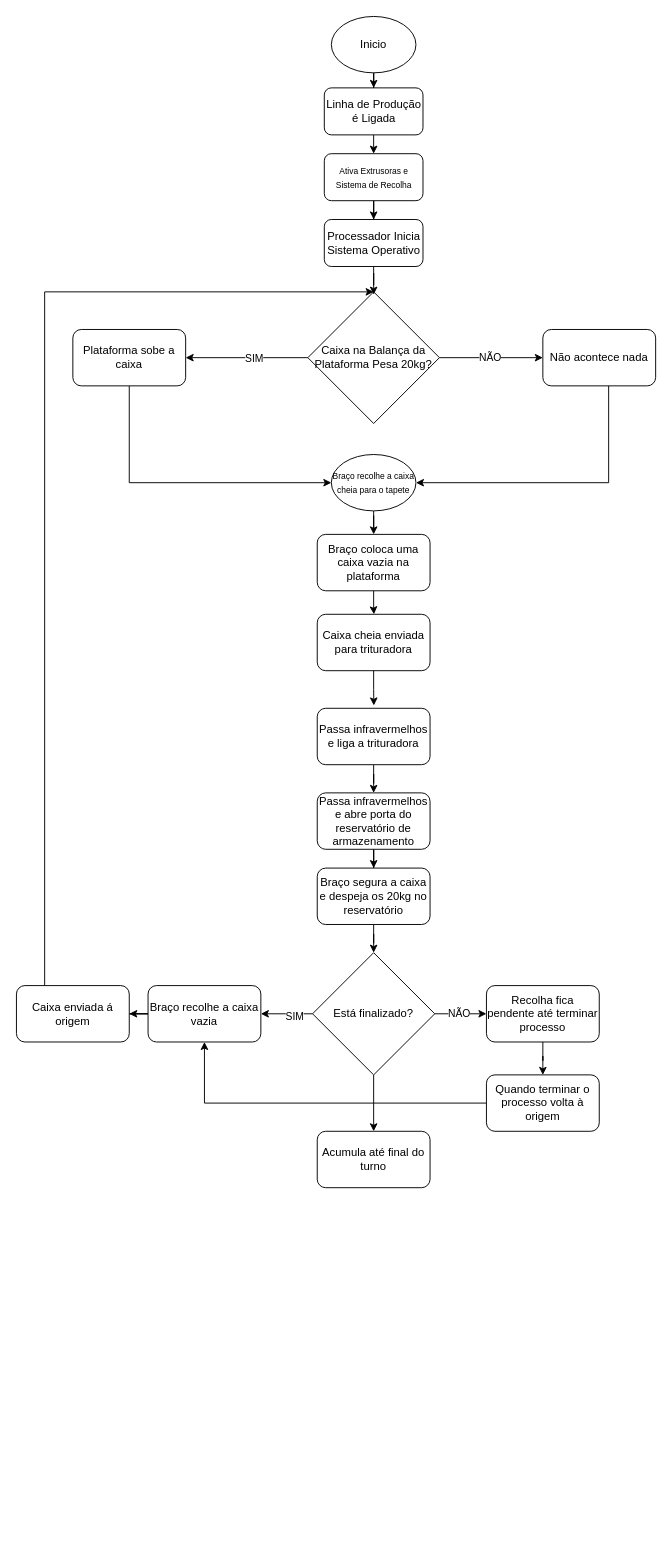
The draw.io diagram Diagrama sem nome.drawio in fabioferreira97/linhadeprocessamentodedesperd-cio.github.io, before the edit. Source tidied: cells renumbered, new cells numbered last; positions are measured from the earlier drawing's top-left corner, leaving out a move shared by most shapes. Both pictures are drawn from the tidied source at 94%, with x=0, y=0 at pixel (16, 16).
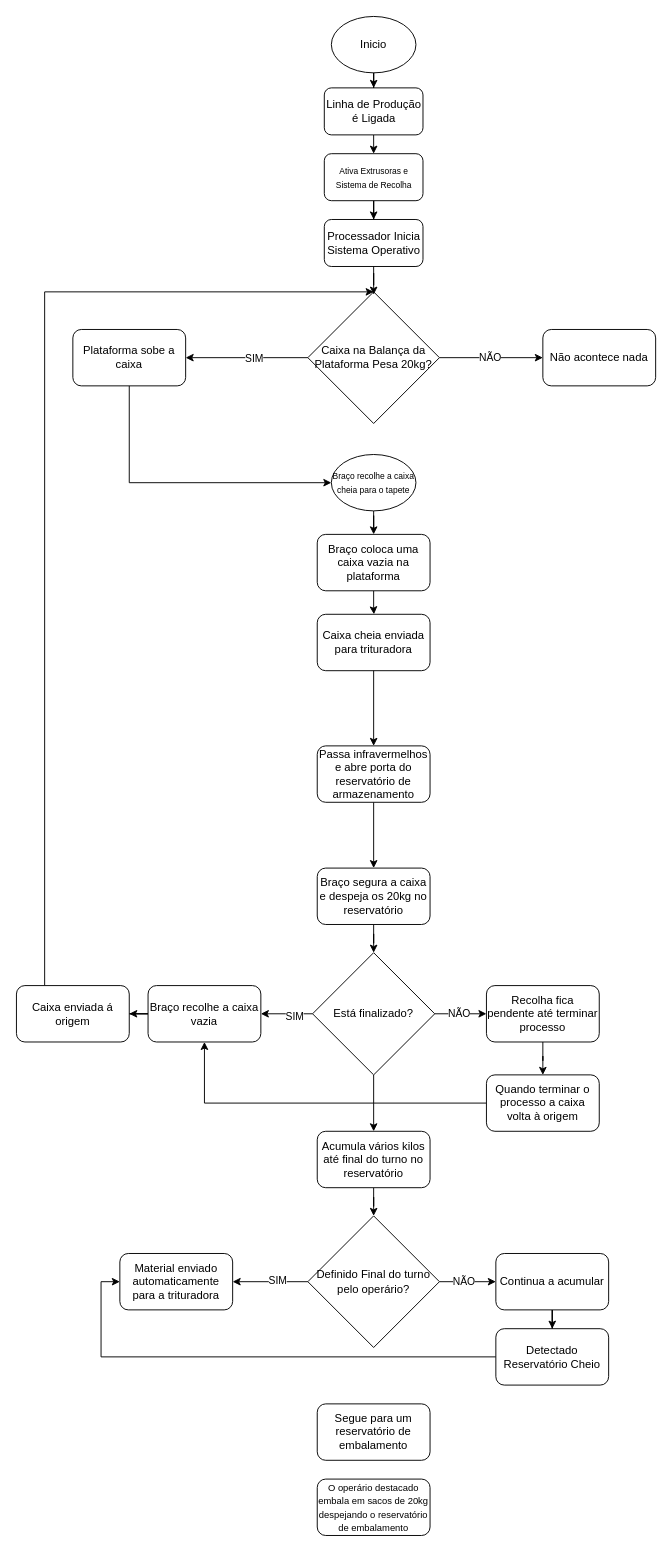
After the change.

The change refers to these unchanged cells:
```xml
<mxCell id="14" value="Não acontece nada" style="rounded=1;whiteSpace=wrap;html=1;roundedPerimeter=1;" parent="1" vertex="1">
  <mxGeometry x="560" y="333" width="120" height="60" as="geometry" />
</mxCell>
<mxCell id="18" value="&lt;font style=&quot;font-size: 9px;&quot;&gt;Braço recolhe a caixa cheia para o tapete&lt;/font&gt;" style="ellipse;whiteSpace=wrap;html=1;shapeInside=1;" parent="1" vertex="1">
  <mxGeometry x="335" y="466" width="90" height="60" as="geometry" />
</mxCell>
<mxCell id="23" value="Caixa cheia enviada para trituradora" style="rounded=1;whiteSpace=wrap;html=1;roundedPerimeter=1;" parent="1" vertex="1">
  <mxGeometry x="320" y="636" width="120" height="60" as="geometry" />
</mxCell>
```

What changed in the source:
```diff
@@
-    <mxCell id="13" style="edgeStyle=orthogonalEdgeStyle;rounded=0;jettySize=auto;html=1;entryX=1;entryY=0.5;entryDx=0;entryDy=0;defaultLabelBackgroundColor=page;" parent="1" edge="1" source="14" target="18">
-      <mxGeometry relative="1" as="geometry">
-        <Array as="points">
-          <mxPoint x="630" y="496" />
-        </Array>
-      </mxGeometry>
-    </mxCell>
@@
-    <mxCell id="24" style="edgeStyle=orthogonalEdgeStyle;rounded=0;jettySize=auto;html=1;entryX=0.501;entryY=-0.019;entryDx=0;entryDy=0;entryPerimeter=0;defaultLabelBackgroundColor=page;" parent="1" edge="1" source="23">
-      <mxGeometry relative="1" as="geometry">
-        <mxPoint x="380.2" y="733" as="targetPoint" />
-      </mxGeometry>
-    </mxCell>
-    <mxCell id="25" style="edgeStyle=orthogonalEdgeStyle;rounded=0;jettySize=auto;html=1;entryX=0.5;entryY=0;entryDx=0;entryDy=0;defaultLabelBackgroundColor=page;" parent="1" edge="1" source="26" target="28">
+    <mxCell id="25" style="edgeStyle=orthogonalEdgeStyle;rounded=0;jettySize=auto;html=1;entryX=0.5;entryY=0;entryDx=0;entryDy=0;defaultLabelBackgroundColor=page;exitX=0.5;exitY=1;exitDx=0;exitDy=0;" parent="1" edge="1" source="23" target="28">
       <mxGeometry relative="1" as="geometry" />
     </mxCell>
-    <mxCell id="26" value="Passa infravermelhos e liga a trituradora" style="rounded=1;whiteSpace=wrap;html=1;roundedPerimeter=1;" parent="1" vertex="1">
-      <mxGeometry x="320" y="736" width="120" height="60" as="geometry" />
-    </mxCell>
@@
     <mxCell id="28" value="Passa infravermelhos e abre porta do reservatório de armazenamento" style="rounded=1;whiteSpace=wrap;html=1;roundedPerimeter=1;" parent="1" vertex="1">
-      <mxGeometry x="320" y="826" width="120" height="60" as="geometry" />
+      <mxGeometry x="320" y="776" width="120" height="60" as="geometry" />
     </mxCell>
@@
-    <mxCell id="44" value="Quando terminar o processo volta à origem" style="rounded=1;whiteSpace=wrap;html=1;roundedPerimeter=1;" parent="1" vertex="1">
+    <mxCell id="44" value="Quando terminar o processo a caixa volta à origem" style="rounded=1;whiteSpace=wrap;html=1;roundedPerimeter=1;" parent="1" vertex="1">
       <mxGeometry x="500" y="1126" width="120" height="60" as="geometry" />
     </mxCell>
+    <mxCell id="46" style="edgeStyle=orthogonalEdgeStyle;rounded=0;jettySize=auto;html=1;entryX=0.5;entryY=0;entryDx=0;entryDy=0;defaultLabelBackgroundColor=page;" parent="1" edge="1" source="45" target="51">
+      <mxGeometry relative="1" as="geometry" />
+    </mxCell>
-    <mxCell id="45" value="Acumula até final do turno" style="rounded=1;whiteSpace=wrap;html=1;roundedPerimeter=1;" parent="1" vertex="1">
+    <mxCell id="45" value="Acumula vários kilos até final do turno no reservatório" style="rounded=1;whiteSpace=wrap;html=1;roundedPerimeter=1;" parent="1" vertex="1">
       <mxGeometry x="320" y="1186" width="120" height="60" as="geometry" />
     </mxCell>
+    <mxCell id="47" style="edgeStyle=orthogonalEdgeStyle;rounded=0;jettySize=auto;html=1;entryX=1;entryY=0.5;entryDx=0;entryDy=0;defaultLabelBackgroundColor=page;" parent="1" edge="1" source="51" target="52">
+      <mxGeometry relative="1" as="geometry" />
+    </mxCell>
+    <mxCell id="48" value="SIM" style="edgeLabel;html=1;align=center;verticalAlign=middle;inheritText=1;defaultLabelBackgroundColor=page;" parent="47" vertex="1">
+      <mxGeometry x="-0.17" y="-2" relative="1" as="geometry" />
+    </mxCell>
+    <mxCell id="49" style="edgeStyle=orthogonalEdgeStyle;rounded=0;jettySize=auto;html=1;entryX=0;entryY=0.5;entryDx=0;entryDy=0;defaultLabelBackgroundColor=page;" parent="1" edge="1" source="51" target="54">
+      <mxGeometry relative="1" as="geometry" />
+    </mxCell>
+    <mxCell id="50" value="NÃO" style="edgeLabel;html=1;align=center;verticalAlign=middle;inheritText=1;defaultLabelBackgroundColor=page;" parent="49" vertex="1">
+      <mxGeometry x="-0.16" y="1" relative="1" as="geometry" />
+    </mxCell>
+    <mxCell id="51" value="Definido Final do turno pelo operário?" style="rhombus;whiteSpace=wrap;html=1;shapeInside=1;" parent="1" vertex="1">
+      <mxGeometry x="310" y="1276" width="140" height="140" as="geometry" />
+    </mxCell>
+    <mxCell id="52" value="Material enviado automaticamente para a trituradora" style="rounded=1;whiteSpace=wrap;html=1;roundedPerimeter=1;" parent="1" vertex="1">
+      <mxGeometry x="110" y="1316" width="120" height="60" as="geometry" />
+    </mxCell>
+    <mxCell id="53" style="edgeStyle=orthogonalEdgeStyle;rounded=0;jettySize=auto;html=1;entryX=0.5;entryY=0;entryDx=0;entryDy=0;defaultLabelBackgroundColor=page;" parent="1" edge="1" source="54" target="56">
+      <mxGeometry relative="1" as="geometry" />
+    </mxCell>
+    <mxCell id="54" value="Continua a acumular" style="rounded=1;whiteSpace=wrap;html=1;roundedPerimeter=1;" parent="1" vertex="1">
+      <mxGeometry x="510" y="1316" width="120" height="60" as="geometry" />
+    </mxCell>
+    <mxCell id="55" style="edgeStyle=orthogonalEdgeStyle;rounded=0;jettySize=auto;html=1;entryX=0;entryY=0.5;entryDx=0;entryDy=0;defaultLabelBackgroundColor=page;" parent="1" edge="1" source="56" target="52">
+      <mxGeometry relative="1" as="geometry" />
+    </mxCell>
+    <mxCell id="56" value="Detectado Reservatório Cheio" style="rounded=1;whiteSpace=wrap;html=1;roundedPerimeter=1;" parent="1" vertex="1">
+      <mxGeometry x="510" y="1396" width="120" height="60" as="geometry" />
+    </mxCell>
+    <mxCell id="57" value="Segue para um reservatório de embalamento" style="rounded=1;whiteSpace=wrap;html=1;roundedPerimeter=1;" parent="1" vertex="1">
+      <mxGeometry x="320" y="1476" width="120" height="60" as="geometry" />
+    </mxCell>
+    <mxCell id="58" value="&lt;font style=&quot;font-size: 10px;&quot;&gt;O operário destacado embala em sacos de 20kg despejando o reservatório de embalamento&lt;/font&gt;" style="rounded=1;whiteSpace=wrap;html=1;roundedPerimeter=1;" parent="1" vertex="1">
+      <mxGeometry x="320" y="1556" width="120" height="60" as="geometry" />
+    </mxCell>
```
